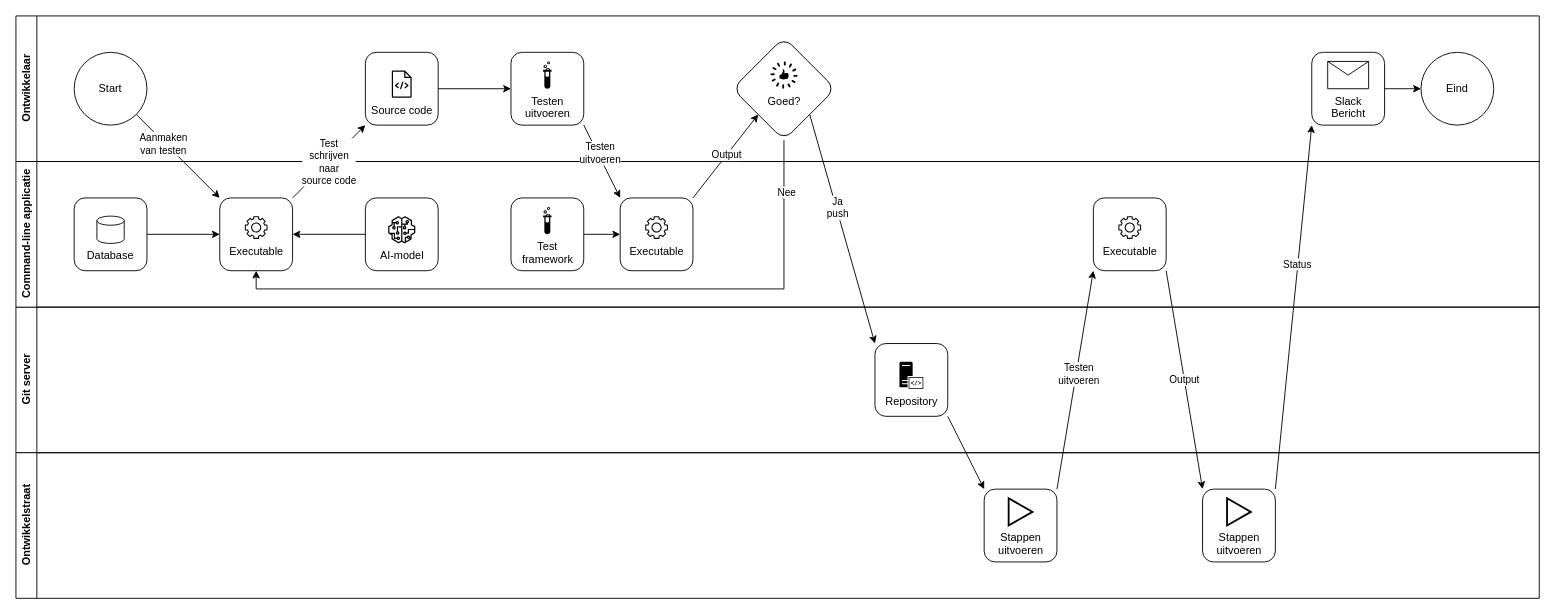
Above: page "Executable" (12 of 13) of cli app.drawio in luukvankooten/draw.io (draw.io), before the change. Source tidied: cells renumbered, new cells numbered last; positions are measured from the earlier drawing's top-left corner, leaving out a move shared by most shapes. Both pictures are drawn from the tidied source at 91%, with x=0, y=0 at pixel (15, 15).
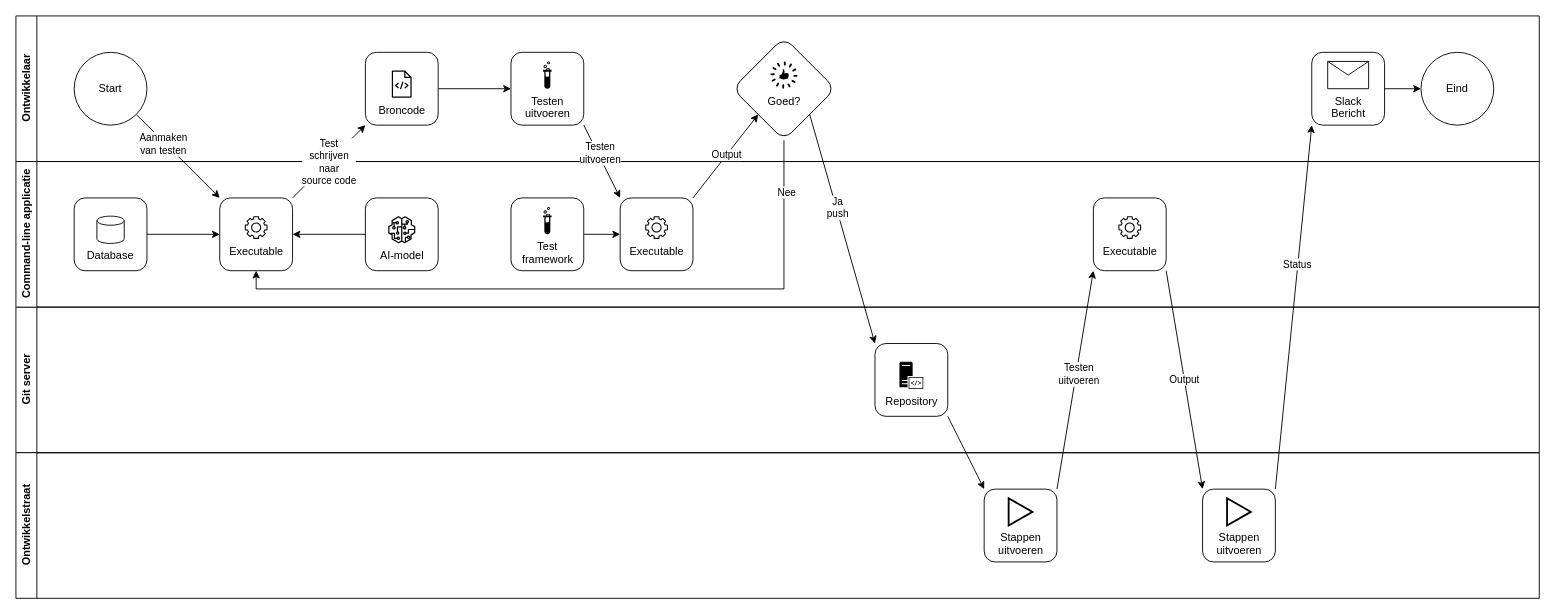
After the change.

Unchanged cells that the change refers to:
```xml
<mxCell id="2" value="Ontwikkelaar" style="swimlane;horizontal=0;whiteSpace=wrap;html=1;" parent="1" vertex="1">
  <mxGeometry width="1674" height="160" as="geometry" />
</mxCell>
```

Change to the diagram source:
```diff
@@
-    <mxCell id="6" value="&lt;font color=&quot;#000000&quot;&gt;Source code&lt;/font&gt;" style="sketch=0;fontColor=#232F3E;gradientColor=none;fillColor=#000000;strokeColor=none;dashed=0;verticalLabelPosition=bottom;verticalAlign=top;align=center;html=1;fontSize=12;fontStyle=0;shape=mxgraph.aws4.source_code;" parent="2" vertex="1">
+    <mxCell id="6" value="&lt;font color=&quot;#000000&quot;&gt;Broncode&lt;/font&gt;" style="sketch=0;fontColor=#232F3E;gradientColor=none;fillColor=#000000;strokeColor=none;dashed=0;verticalLabelPosition=bottom;verticalAlign=top;align=center;html=1;fontSize=12;fontStyle=0;shape=mxgraph.aws4.source_code;" parent="2" vertex="1">
       <mxGeometry x="413" y="60" width="21.9" height="30" as="geometry" />
     </mxCell>
```
